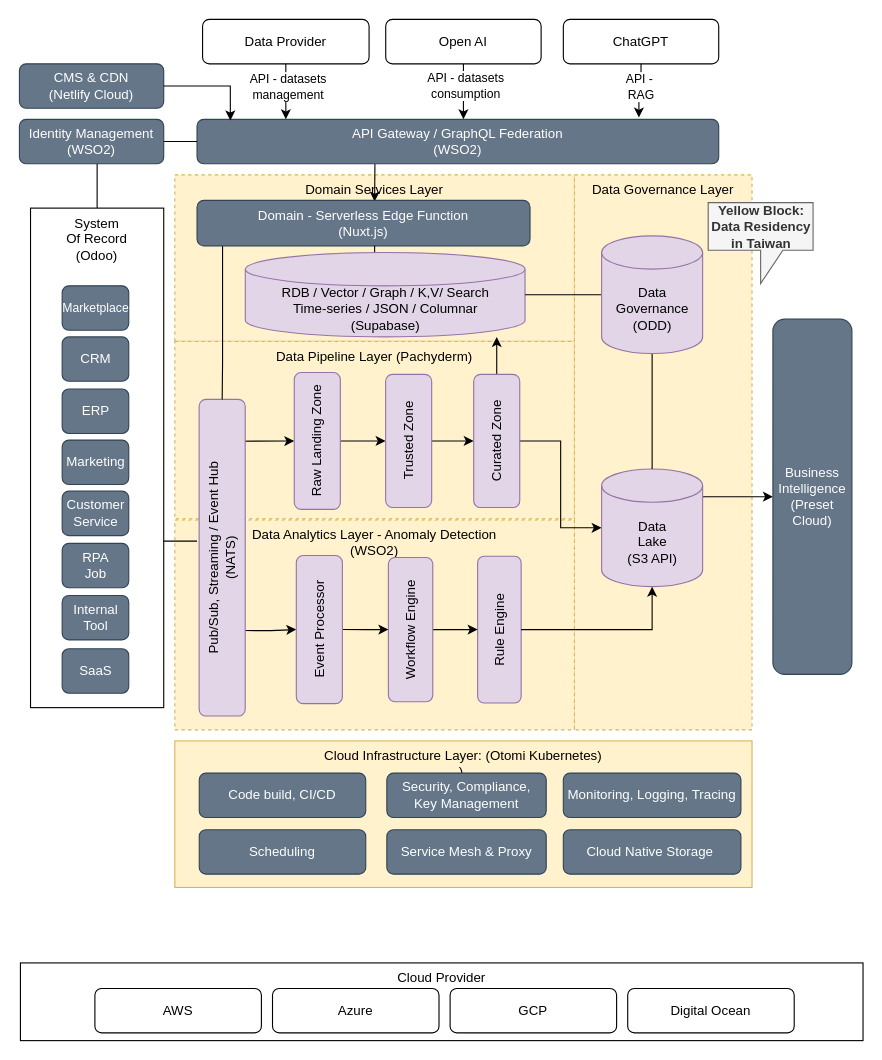
man-chi/kata keeps this draw.io diagram as master.drawio. Above is the earlier version. Source tidied: cells renumbered, new cells numbered last; positions are measured from the earlier drawing's top-left corner, leaving out a move shared by most shapes. Both pictures are drawn from the tidied source at 111%, with x=0, y=0 at pixel (19, 19).
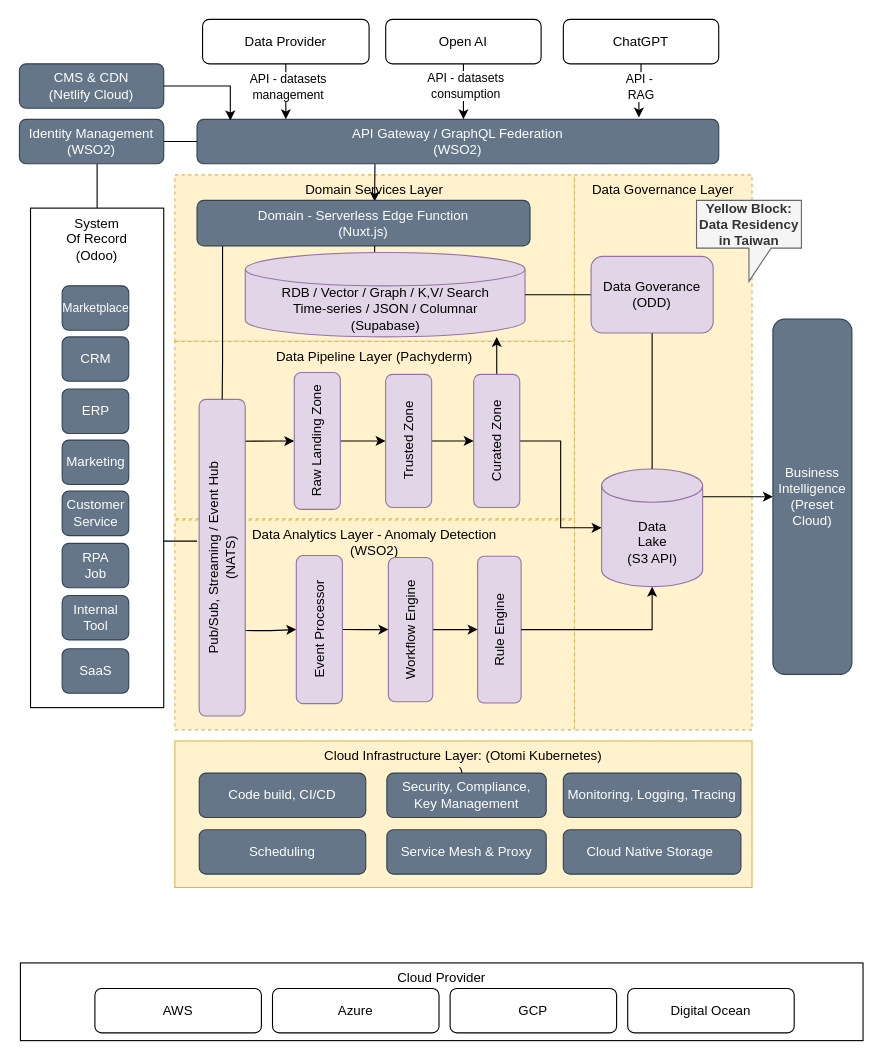
The same page after the edit.

The change refers to these unchanged cells:
```xml
<mxCell id="32" value="Data&lt;br&gt;Lake&lt;br&gt;(S3 API)" style="shape=cylinder3;whiteSpace=wrap;html=1;boundedLbl=1;backgroundOutline=1;size=15;fillStyle=auto;fillColor=#e1d5e7;strokeColor=#9673a6;" parent="1" vertex="1">
  <mxGeometry x="524.5" y="405" width="91" height="106" as="geometry" />
</mxCell>
<mxCell id="58" value="RDB / Vector / Graph / K,V/ Search&lt;br&gt;Time-series / JSON / Columnar&lt;br&gt;(Supabase)" style="shape=cylinder3;whiteSpace=wrap;html=1;boundedLbl=1;backgroundOutline=1;size=15;fillStyle=auto;fillColor=#e1d5e7;strokeColor=#9673a6;" parent="1" vertex="1">
  <mxGeometry x="203.5" y="210" width="252" height="76" as="geometry" />
</mxCell>
```

Diff of the diagram source:
```diff
@@
     <mxCell id="68" value="&lt;b&gt;Yellow Block:&lt;br&gt;&lt;/b&gt;&lt;div&gt;&lt;b&gt;Data Residency&lt;/b&gt;&lt;/div&gt;&lt;b&gt;in Taiwan&lt;/b&gt;" style="shape=callout;whiteSpace=wrap;html=1;perimeter=calloutPerimeter;fillColor=#f5f5f5;fontColor=#333333;strokeColor=#666666;" parent="1" vertex="1">
-      <mxGeometry x="620.5" y="165" width="94.5" height="73" as="geometry" />
+      <mxGeometry x="610" y="163" width="94.5" height="73" as="geometry" />
     </mxCell>
@@
-    <mxCell id="70" style="edgeStyle=orthogonalEdgeStyle;rounded=0;jettySize=auto;html=1;endArrow=none;endFill=0;" parent="1" edge="1" source="72" target="58">
-      <mxGeometry relative="1" as="geometry">
-        <Array as="points">
-          <mxPoint x="510" y="248" />
-          <mxPoint x="510" y="248" />
-        </Array>
-      </mxGeometry>
+    <mxCell id="70" style="edgeStyle=orthogonalEdgeStyle;rounded=0;jettySize=auto;html=1;endArrow=none;endFill=0;" parent="1" edge="1" source="73" target="58">
+      <mxGeometry relative="1" as="geometry" />
     </mxCell>
-    <mxCell id="71" style="edgeStyle=orthogonalEdgeStyle;rounded=0;jettySize=auto;html=1;endArrow=none;endFill=0;" parent="1" edge="1" source="72" target="32">
+    <mxCell id="71" style="edgeStyle=orthogonalEdgeStyle;rounded=0;jettySize=auto;html=1;endArrow=none;endFill=0;" parent="1" edge="1" source="73" target="32">
       <mxGeometry relative="1" as="geometry" />
     </mxCell>
-    <mxCell id="72" value="Data&lt;br&gt;Governance&lt;br&gt;(ODD)" style="shape=cylinder3;whiteSpace=wrap;html=1;boundedLbl=1;backgroundOutline=1;size=15;fillStyle=auto;fillColor=#e1d5e7;strokeColor=#9673a6;" parent="1" vertex="1">
-      <mxGeometry x="524.5" y="195" width="91" height="106" as="geometry" />
-    </mxCell>
+    <mxCell id="73" value="Data Goverance&lt;br&gt;(ODD)" style="rounded=1;whiteSpace=wrap;html=1;fillColor=#e1d5e7;strokeColor=#9673a6;rotation=0;" parent="1" vertex="1">
+      <mxGeometry x="515" y="213.5" width="110" height="69" as="geometry" />
+    </mxCell>
```
